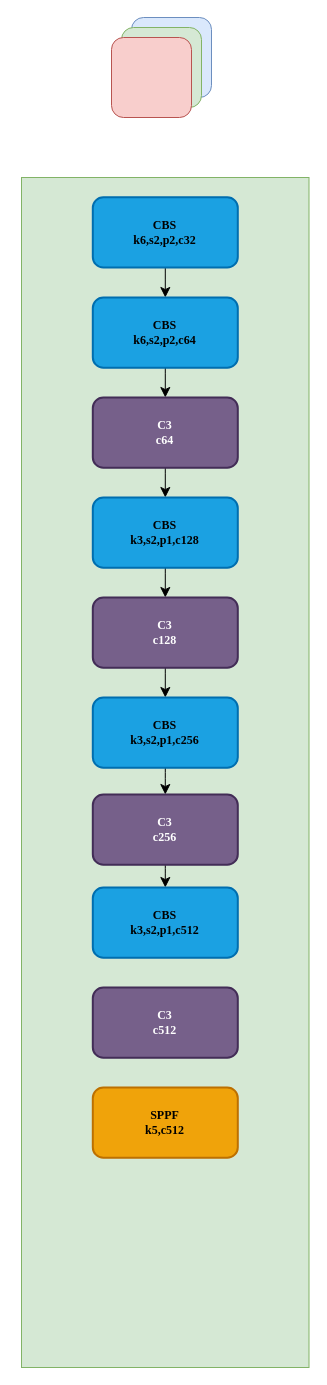
Before: 未命名绘图.drawio in qiang1028/blog, a draw.io diagram. Source tidied: cells renumbered, new cells numbered last; positions are measured from the earlier drawing's top-left corner, leaving out a move shared by most shapes. Both pictures are drawn from the tidied source at 100%, with x=0, y=0 at pixel (21, 17).
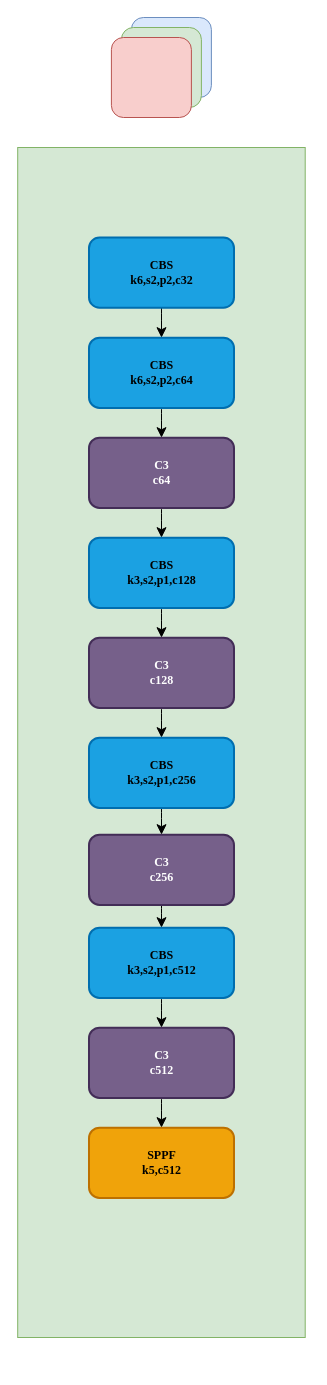
The same diagram, later.

Commit message:
YOLOV5网络结构图.drawio

What changed in the source:
```diff
@@
     <mxCell id="2" style="whiteSpace=wrap;html=1;fillColor=#dae8fc;strokeColor=#6c8ebf;rounded=1;" parent="1" vertex="1">
-      <mxGeometry x="110" width="80" height="80" as="geometry" />
+      <mxGeometry x="109.9" width="80" height="80" as="geometry" />
     </mxCell>
     <mxCell id="3" style="whiteSpace=wrap;html=1;fillColor=#d5e8d4;strokeColor=#82b366;rounded=1;" parent="1" vertex="1">
-      <mxGeometry x="100" y="10" width="80" height="80" as="geometry" />
+      <mxGeometry x="99.9" y="10" width="80" height="80" as="geometry" />
     </mxCell>
     <mxCell id="4" style="whiteSpace=wrap;html=1;rounded=1;fillColor=#f8cecc;strokeColor=#b85450;" parent="1" vertex="1">
-      <mxGeometry x="90" y="20" width="80" height="80" as="geometry" />
+      <mxGeometry x="89.9" y="20" width="80" height="80" as="geometry" />
     </mxCell>
     <mxCell id="5" style="group;rounded=0;glass=0;shadow=0;perimeterSpacing=4;strokeColor=#82b366;fillColor=#d5e8d4;labelPadding=20;" parent="1" vertex="1">
-      <mxGeometry y="160" width="287.5" height="1190" as="geometry" />
+      <mxGeometry x="-3.8" y="130" width="287.5" height="1190" as="geometry" />
     </mxCell>
@@
     <mxCell id="7" value="&lt;font face=&quot;Times New Roman&quot;&gt;&lt;b&gt;CBS&lt;br&gt;k6,s2,p2,c32&lt;/b&gt;&lt;/font&gt;" style="rounded=1;whiteSpace=wrap;html=1;fillColor=#1ba1e2;strokeColor=#006EAF;strokeWidth=2;fontColor=#000000;" parent="5" vertex="1">
-      <mxGeometry x="71.3" y="19.8" width="145" height="70.2" as="geometry" />
+      <mxGeometry x="71.3" y="90" width="145" height="70.2" as="geometry" />
     </mxCell>
@@
     <mxCell id="9" value="&lt;font&gt;&lt;b&gt;CBS&lt;br&gt;k6,s2,p2,c64&lt;/b&gt;&lt;/font&gt;" style="rounded=1;whiteSpace=wrap;html=1;fillColor=#1ba1e2;strokeColor=#006EAF;strokeWidth=2;fontColor=#000000;fontFamily=Times New Roman;" parent="5" vertex="1">
-      <mxGeometry x="71.3" y="120" width="145" height="70.2" as="geometry" />
+      <mxGeometry x="71.3" y="190.2" width="145" height="70.2" as="geometry" />
     </mxCell>
@@
     <mxCell id="11" value="&lt;font&gt;&lt;b&gt;C3&lt;br&gt;c64&lt;/b&gt;&lt;/font&gt;" style="rounded=1;whiteSpace=wrap;html=1;fillColor=#76608a;strokeColor=#432D57;strokeWidth=2;fontColor=#ffffff;fontFamily=Times New Roman;" parent="5" vertex="1">
-      <mxGeometry x="71.3" y="220" width="145" height="70.2" as="geometry" />
+      <mxGeometry x="71.3" y="290.2" width="145" height="70.2" as="geometry" />
     </mxCell>
@@
     <mxCell id="13" value="&lt;font&gt;&lt;b&gt;CBS&lt;br&gt;k3,s2,p1,c128&lt;/b&gt;&lt;/font&gt;" style="rounded=1;whiteSpace=wrap;html=1;fillColor=#1ba1e2;strokeColor=#006EAF;strokeWidth=2;fontColor=#000000;fontFamily=Times New Roman;" parent="5" vertex="1">
-      <mxGeometry x="71.3" y="320" width="145" height="70.2" as="geometry" />
+      <mxGeometry x="71.3" y="390.2" width="145" height="70.2" as="geometry" />
     </mxCell>
@@
     <mxCell id="15" value="&lt;font&gt;&lt;b&gt;C3&lt;br&gt;c128&lt;/b&gt;&lt;/font&gt;" style="rounded=1;whiteSpace=wrap;html=1;fillColor=#76608a;strokeColor=#432D57;strokeWidth=2;fontColor=#ffffff;fontFamily=Times New Roman;" parent="5" vertex="1">
-      <mxGeometry x="71.3" y="420" width="145" height="70.2" as="geometry" />
+      <mxGeometry x="71.3" y="490.2" width="145" height="70.2" as="geometry" />
     </mxCell>
@@
     <mxCell id="17" value="&lt;font&gt;&lt;b&gt;CBS&lt;br&gt;k3,s2,p1,c256&lt;/b&gt;&lt;/font&gt;" style="rounded=1;whiteSpace=wrap;html=1;fillColor=#1ba1e2;strokeColor=#006EAF;strokeWidth=2;fontColor=#000000;fontFamily=Times New Roman;" parent="5" vertex="1">
-      <mxGeometry x="71.3" y="520" width="145" height="70.2" as="geometry" />
+      <mxGeometry x="71.3" y="590.2" width="145" height="70.2" as="geometry" />
     </mxCell>
@@
     <mxCell id="19" value="&lt;font&gt;&lt;b&gt;C3&lt;br&gt;c256&lt;/b&gt;&lt;/font&gt;" style="rounded=1;whiteSpace=wrap;html=1;fillColor=#76608a;strokeColor=#432D57;strokeWidth=2;fontColor=#ffffff;fontFamily=Times New Roman;" parent="5" vertex="1">
-      <mxGeometry x="71.3" y="617" width="145" height="70.2" as="geometry" />
+      <mxGeometry x="71.3" y="687.2" width="145" height="70.2" as="geometry" />
     </mxCell>
+    <mxCell id="23" style="edgeStyle=none;curved=1;rounded=0;jettySize=auto;html=1;exitX=0.5;exitY=1;exitDx=0;exitDy=0;entryX=0.5;entryY=0;entryDx=0;entryDy=0;fontSize=12;startSize=8;endSize=8;" parent="5" edge="1" source="20" target="21">
+      <mxGeometry relative="1" as="geometry" />
+    </mxCell>
     <mxCell id="20" value="&lt;font&gt;&lt;b&gt;CBS&lt;br&gt;k3,s2,p1,c512&lt;/b&gt;&lt;/font&gt;" style="rounded=1;whiteSpace=wrap;html=1;fillColor=#1ba1e2;strokeColor=#006EAF;strokeWidth=2;fontColor=#000000;fontFamily=Times New Roman;" parent="5" vertex="1">
-      <mxGeometry x="71.3" y="710" width="145" height="70.2" as="geometry" />
+      <mxGeometry x="71.3" y="780.2" width="145" height="70.2" as="geometry" />
     </mxCell>
+    <mxCell id="24" style="edgeStyle=none;curved=1;rounded=0;jettySize=auto;html=1;exitX=0.5;exitY=1;exitDx=0;exitDy=0;entryX=0.5;entryY=0;entryDx=0;entryDy=0;fontSize=12;startSize=8;endSize=8;" parent="5" edge="1" source="21" target="22">
+      <mxGeometry relative="1" as="geometry" />
+    </mxCell>
     <mxCell id="21" value="&lt;font&gt;&lt;b&gt;C3&lt;br&gt;c512&lt;/b&gt;&lt;/font&gt;" style="rounded=1;whiteSpace=wrap;html=1;fillColor=#76608a;strokeColor=#432D57;strokeWidth=2;fontColor=#ffffff;fontFamily=Times New Roman;" parent="5" vertex="1">
-      <mxGeometry x="71.3" y="810" width="145" height="70.2" as="geometry" />
+      <mxGeometry x="71.3" y="880.2" width="145" height="70.2" as="geometry" />
     </mxCell>
     <mxCell id="22" value="&lt;font&gt;&lt;b&gt;SPPF&lt;br&gt;k5,c512&lt;/b&gt;&lt;/font&gt;" style="rounded=1;whiteSpace=wrap;html=1;fillColor=#f0a30a;strokeColor=#BD7000;strokeWidth=2;fontColor=#000000;fontFamily=Times New Roman;" parent="5" vertex="1">
-      <mxGeometry x="71.3" y="910" width="145" height="70.2" as="geometry" />
+      <mxGeometry x="71.3" y="980.2" width="145" height="70.2" as="geometry" />
     </mxCell>
```
